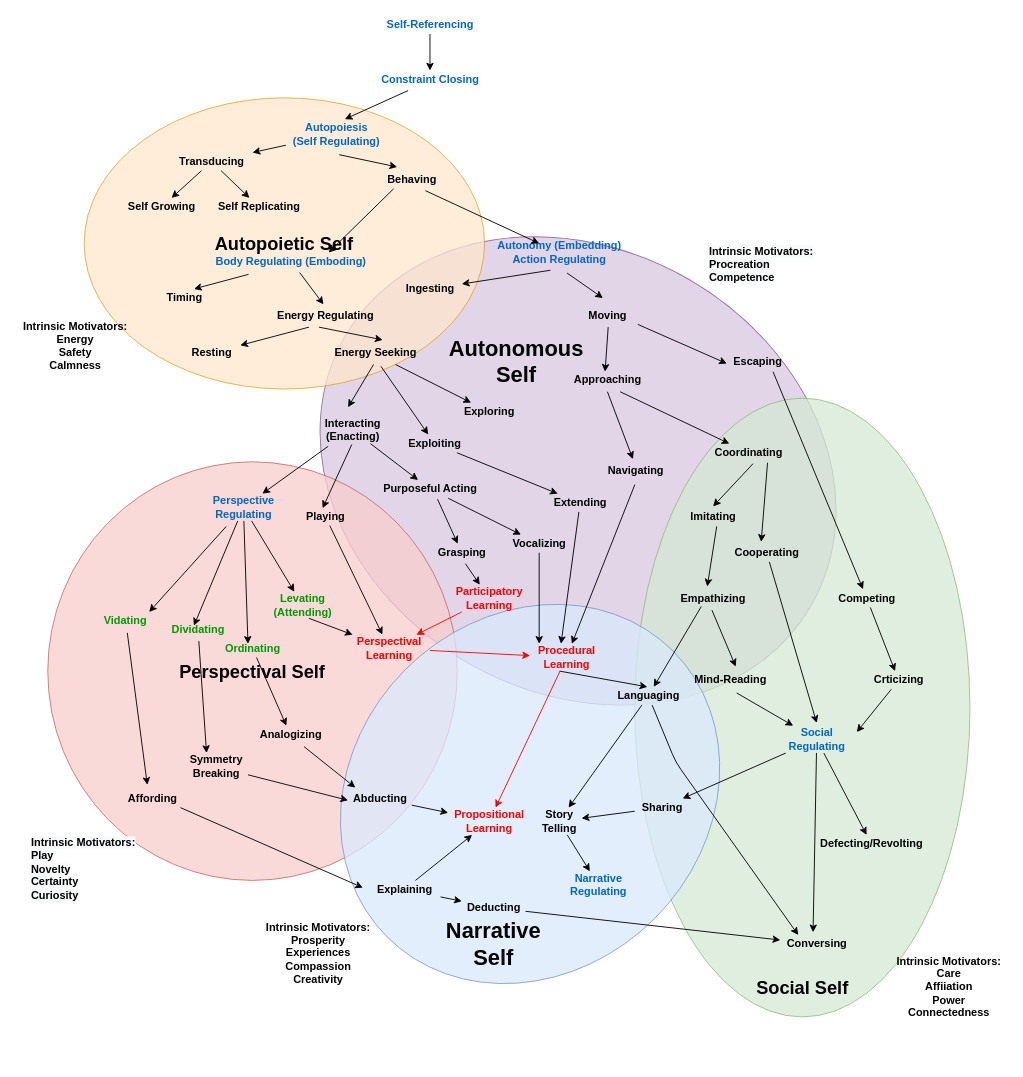
Above: autopoiesis_evolution.drawio in codeaudit/1 (draw.io), before the change. Source tidied: cells renumbered, new cells numbered last; positions are measured from the earlier drawing's top-left corner, leaving out a move shared by most shapes. Both pictures are drawn from the tidied source at 91%, with x=0, y=0 at pixel (15, 15).
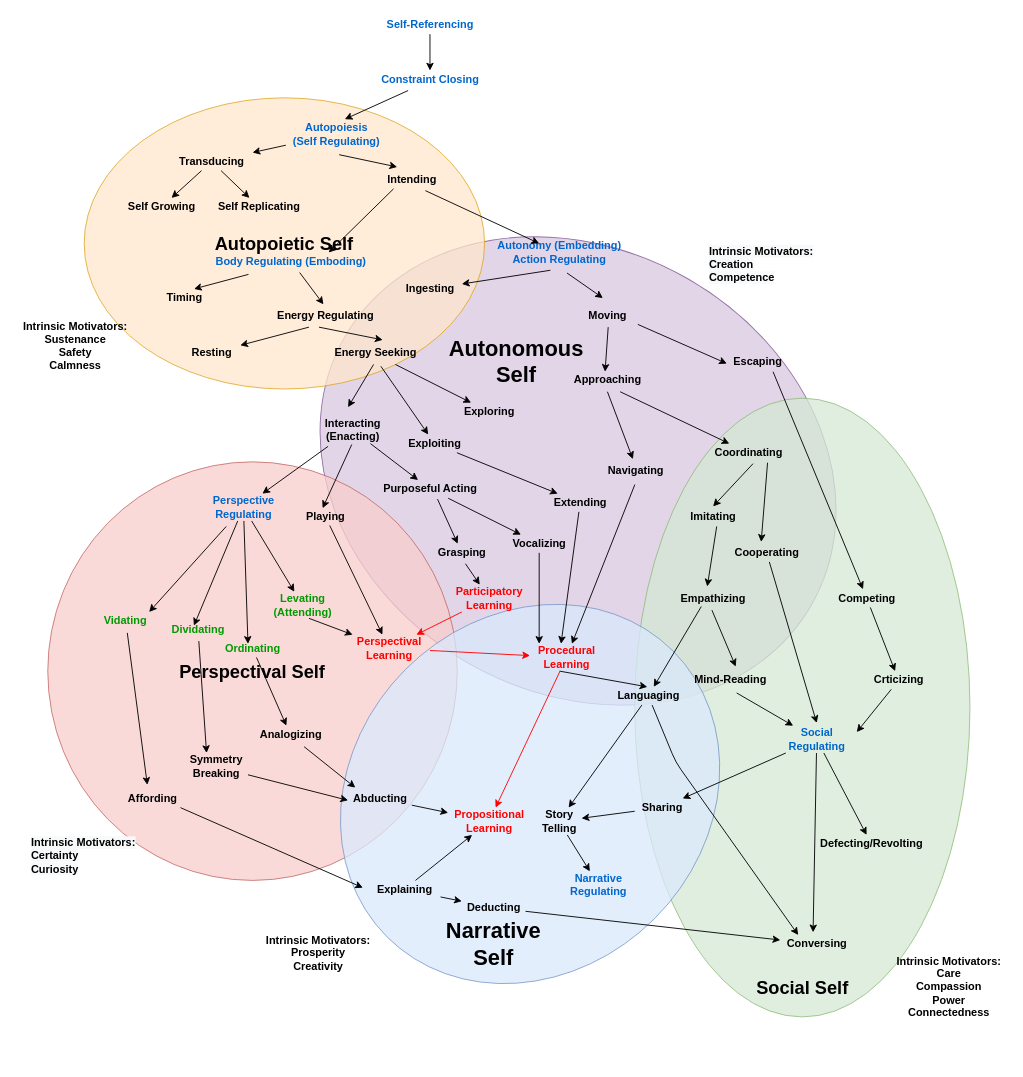
The same diagram, later.

Diff of the diagram source:
```diff
@@
-    <mxCell id="11" value="Behaving" style="text;html=1;align=center;verticalAlign=middle;points=[];fontStyle=1;" parent="1" vertex="1">
+    <mxCell id="11" value="Intending" style="text;html=1;align=center;verticalAlign=middle;points=[];fontStyle=1;" parent="1" vertex="1">
       <mxGeometry x="400" y="170" width="70" height="20" as="geometry" />
     </mxCell>
@@
-    <mxCell id="133" value="&lt;font color=&quot;#000000&quot;&gt;&lt;b&gt;Intrinsic Motivators:&lt;br&gt;Energy&lt;br&gt;Safety&lt;br&gt;Calmness&lt;br&gt;&lt;/b&gt;&lt;br&gt;&lt;/font&gt;" style="text;html=1;align=center;verticalAlign=middle;fontColor=#009900;" parent="1" vertex="1">
+    <mxCell id="133" value="&lt;font color=&quot;#000000&quot;&gt;&lt;b&gt;Intrinsic Motivators:&lt;br&gt;Sustenance&lt;br&gt;Safety&lt;br&gt;Calmness&lt;br&gt;&lt;/b&gt;&lt;br&gt;&lt;/font&gt;" style="text;html=1;align=center;verticalAlign=middle;fontColor=#009900;" parent="1" vertex="1">
       <mxGeometry y="330" width="130" height="80" as="geometry" />
     </mxCell>
-    <mxCell id="134" value="&lt;span style=&quot;color: rgb(0 , 0 , 0) ; font-family: &amp;#34;helvetica&amp;#34; ; font-size: 12px ; font-style: normal ; letter-spacing: normal ; text-align: center ; text-indent: 0px ; text-transform: none ; word-spacing: 0px ; background-color: rgb(248 , 249 , 250) ; display: inline ; float: none&quot;&gt;&lt;b&gt;Intrinsic Motivators:&lt;br&gt;Play&lt;br&gt;Novelty&lt;br&gt;&lt;/b&gt;&lt;b&gt;Certainty&lt;/b&gt;&lt;b&gt;&lt;br&gt;Curiosity&lt;/b&gt;&lt;br&gt;&lt;/span&gt;" style="text;whiteSpace=wrap;html=1;fontColor=#009900;" parent="1" vertex="1">
+    <mxCell id="134" value="&lt;span style=&quot;color: rgb(0 , 0 , 0) ; font-family: &amp;#34;helvetica&amp;#34; ; font-size: 12px ; font-style: normal ; letter-spacing: normal ; text-align: center ; text-indent: 0px ; text-transform: none ; word-spacing: 0px ; background-color: rgb(248 , 249 , 250) ; display: inline ; float: none&quot;&gt;&lt;b&gt;Intrinsic Motivators:&lt;br&gt;&lt;/b&gt;&lt;b&gt;Certainty&lt;/b&gt;&lt;b&gt;&lt;br&gt;Curiosity&lt;/b&gt;&lt;br&gt;&lt;/span&gt;" style="text;whiteSpace=wrap;html=1;fontColor=#009900;" parent="1" vertex="1">
       <mxGeometry x="15" y="895" width="130" height="30" as="geometry" />
     </mxCell>
-    <mxCell id="135" value="&lt;span style=&quot;color: rgb(0 , 0 , 0)&quot;&gt;&lt;b&gt;Intrinsic Motivators:&lt;br&gt;Prosperity&lt;br&gt;Experiences&lt;br&gt;Compassion&lt;br&gt;Creativity&lt;/b&gt;&lt;br&gt;&lt;/span&gt;" style="text;html=1;align=center;verticalAlign=middle;fontColor=#009900;" parent="1" vertex="1">
-      <mxGeometry x="266.7" y="990" width="130" height="80" as="geometry" />
+    <mxCell id="135" value="&lt;span style=&quot;color: rgb(0 , 0 , 0)&quot;&gt;&lt;b&gt;Intrinsic Motivators:&lt;br&gt;Prosperity&lt;br&gt;Creativity&lt;/b&gt;&lt;br&gt;&lt;/span&gt;" style="text;html=1;align=center;verticalAlign=middle;fontColor=#009900;" parent="1" vertex="1">
+      <mxGeometry x="266.7" y="1005" width="130" height="50" as="geometry" />
     </mxCell>
-    <mxCell id="136" value="&lt;span style=&quot;color: rgb(0 , 0 , 0)&quot;&gt;&lt;b&gt;Intrinsic Motivators:&lt;br&gt;Care&lt;br&gt;Affiiation&lt;br&gt;Power&lt;br&gt;Connectedness&lt;/b&gt;&lt;br&gt;&lt;/span&gt;" style="text;html=1;align=center;verticalAlign=middle;fontColor=#009900;" parent="1" vertex="1">
+    <mxCell id="136" value="&lt;span style=&quot;color: rgb(0 , 0 , 0)&quot;&gt;&lt;b&gt;Intrinsic Motivators:&lt;br&gt;Care&lt;br&gt;Compassion&lt;br&gt;Power&lt;br&gt;Connectedness&lt;/b&gt;&lt;br&gt;&lt;/span&gt;" style="text;html=1;align=center;verticalAlign=middle;fontColor=#009900;" parent="1" vertex="1">
       <mxGeometry x="960" y="1027.2" width="130" height="80" as="geometry" />
     </mxCell>
-    <mxCell id="137" value="&lt;span style=&quot;color: rgb(0 , 0 , 0) ; font-family: &amp;#34;helvetica&amp;#34; ; font-size: 12px ; font-style: normal ; letter-spacing: normal ; text-align: center ; text-indent: 0px ; text-transform: none ; word-spacing: 0px ; background-color: rgb(248 , 249 , 250) ; display: inline ; float: none&quot;&gt;&lt;b&gt;Intrinsic Motivators:&lt;/b&gt;&lt;b&gt;&lt;br&gt;Procreation&lt;/b&gt;&lt;b&gt;&lt;br&gt;Competence&lt;/b&gt;&lt;br&gt;&lt;/span&gt;" style="text;whiteSpace=wrap;html=1;fontColor=#009900;" parent="1" vertex="1">
+    <mxCell id="137" value="&lt;span style=&quot;color: rgb(0 , 0 , 0) ; font-family: &amp;#34;helvetica&amp;#34; ; font-size: 12px ; font-style: normal ; letter-spacing: normal ; text-align: center ; text-indent: 0px ; text-transform: none ; word-spacing: 0px ; background-color: rgb(248 , 249 , 250) ; display: inline ; float: none&quot;&gt;&lt;b&gt;Intrinsic Motivators:&lt;/b&gt;&lt;b&gt;&lt;br&gt;Creation&lt;/b&gt;&lt;b&gt;&lt;br&gt;Competence&lt;/b&gt;&lt;br&gt;&lt;/span&gt;" style="text;whiteSpace=wrap;html=1;fontColor=#009900;" parent="1" vertex="1">
       <mxGeometry x="760" y="245" width="130" height="35" as="geometry" />
     </mxCell>
```
